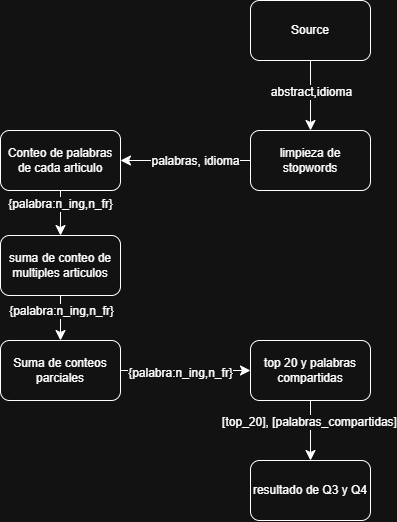
This is diseño/diagramas/DAG_Q3y4.png from LuccaMarino/tp-grupal_Distribuidos, a draw.io export, as it was before one commit. Source tidied: cells renumbered, new cells last; positions are measured from the earlier drawing's top-left corner, leaving out a move shared by most shapes.
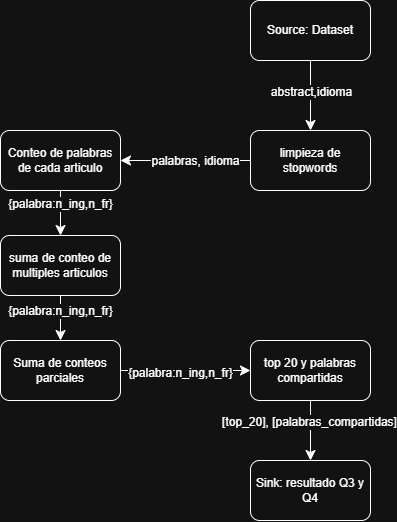
After the commit.

Diff of the diagram source:
```diff
@@ -2,15 +2,15 @@
   <root>
     <mxCell id="0" />
     <mxCell id="1" parent="0" />
-    <mxCell id="2" style="edgeStyle=orthogonalEdgeStyle;curved=1;rounded=0;curveGeometry=1;jettySize=auto;html=1;fontSize=12;startSize=8;endSize=8;" parent="1" edge="1" source="4" target="7">
-      <mxGeometry relative="1" as="geometry" />
-    </mxCell>
+    <mxCell id="21" style="edgeStyle=orthogonalEdgeStyle;curved=1;rounded=0;curveGeometry=1;jettySize=auto;html=1;fontSize=12;startSize=8;endSize=8;" parent="1" edge="1" source="22" target="7">
+      <mxGeometry relative="1" as="geometry" />
+    </mxCell>
-    <mxCell id="3" value="abstract,idioma" style="edgeLabel;html=1;align=center;verticalAlign=middle;fontSize=12;" parent="2" vertex="1">
+    <mxCell id="3" value="abstract,idioma" style="edgeLabel;html=1;align=center;verticalAlign=middle;fontSize=12;" parent="21" vertex="1">
       <mxGeometry x="-0.12" relative="1" as="geometry" />
     </mxCell>
-    <mxCell id="4" value="Source" style="rounded=1;whiteSpace=wrap;html=1;roundedPerimeter=1;" parent="1" vertex="1">
-      <mxGeometry x="250" width="120" height="60" as="geometry" />
-    </mxCell>
+    <mxCell id="22" value="Source: Dataset" style="rounded=1;whiteSpace=wrap;html=1;roundedPerimeter=1;" parent="1" vertex="1">
+      <mxGeometry x="250" width="120" height="60" as="geometry" />
+    </mxCell>
     <mxCell id="5" style="edgeStyle=none;curved=1;rounded=0;curveGeometry=1;jettySize=auto;html=1;fontSize=12;startSize=8;endSize=8;entryX=1;entryY=0.5;entryDx=0;entryDy=0;" parent="1" edge="1" source="7" target="16">
       <mxGeometry relative="1" as="geometry" />
     </mxCell>
@@ -23,43 +23,43 @@
     <mxCell id="8" style="edgeStyle=none;curved=1;rounded=0;curveGeometry=1;jettySize=auto;html=1;entryX=0.5;entryY=0;entryDx=0;entryDy=0;fontSize=12;startSize=8;endSize=8;" parent="1" edge="1" source="10" target="13">
       <mxGeometry relative="1" as="geometry" />
     </mxCell>
-    <mxCell id="9" value="{palabra:n_ing,n_fr}" style="edgeLabel;html=1;align=center;verticalAlign=middle;fontSize=12;" parent="8" vertex="1">
-      <mxGeometry x="-0.46" y="-3" relative="1" as="geometry">
-        <mxPoint x="3" y="3" as="offset" />
-      </mxGeometry>
-    </mxCell>
+    <mxCell id="23" value="{palabra:n_ing,n_fr}" style="edgeLabel;html=1;align=center;verticalAlign=middle;fontSize=12;" parent="8" vertex="1">
+      <mxGeometry x="-0.46" y="-3" relative="1" as="geometry">
+        <mxPoint x="3" y="3" as="offset" />
+      </mxGeometry>
+    </mxCell>
     <mxCell id="10" value="suma de conteo de multiples articulos" style="rounded=1;whiteSpace=wrap;html=1;roundedPerimeter=1;" parent="1" vertex="1">
       <mxGeometry y="235" width="120" height="60" as="geometry" />
     </mxCell>
     <mxCell id="11" style="edgeStyle=none;curved=1;rounded=0;curveGeometry=1;jettySize=auto;html=1;fontSize=12;startSize=8;endSize=8;entryX=0;entryY=0.5;entryDx=0;entryDy=0;" parent="1" edge="1" source="13" target="19">
       <mxGeometry relative="1" as="geometry" />
     </mxCell>
-    <mxCell id="12" value="{palabra:n_ing,n_fr}" style="edgeLabel;html=1;align=center;verticalAlign=middle;fontSize=12;" parent="11" vertex="1">
-      <mxGeometry x="-0.09" y="-2" relative="1" as="geometry" />
-    </mxCell>
+    <mxCell id="24" value="{palabra:n_ing,n_fr}" style="edgeLabel;html=1;align=center;verticalAlign=middle;fontSize=12;" parent="11" vertex="1">
+      <mxGeometry x="-0.09" y="-2" relative="1" as="geometry" />
+    </mxCell>
     <mxCell id="13" value="Suma de conteos parciales" style="rounded=1;whiteSpace=wrap;html=1;roundedPerimeter=1;" parent="1" vertex="1">
       <mxGeometry y="340" width="120" height="60" as="geometry" />
     </mxCell>
     <mxCell id="14" style="edgeStyle=none;curved=1;rounded=0;curveGeometry=1;jettySize=auto;html=1;fontSize=12;startSize=8;endSize=8;" parent="1" edge="1" source="16" target="10">
       <mxGeometry relative="1" as="geometry" />
     </mxCell>
-    <mxCell id="15" value="{palabra:n_ing,n_fr}" style="edgeLabel;html=1;align=center;verticalAlign=middle;fontSize=12;" parent="14" vertex="1">
-      <mxGeometry x="-0.43" y="-1" relative="1" as="geometry" />
-    </mxCell>
+    <mxCell id="25" value="{palabra:n_ing,n_fr}" style="edgeLabel;html=1;align=center;verticalAlign=middle;fontSize=12;" parent="14" vertex="1">
+      <mxGeometry x="-0.43" y="-1" relative="1" as="geometry" />
+    </mxCell>
     <mxCell id="16" value="Conteo de palabras de cada articulo" style="rounded=1;whiteSpace=wrap;html=1;" parent="1" vertex="1">
       <mxGeometry y="130" width="120" height="60" as="geometry" />
     </mxCell>
-    <mxCell id="17" style="edgeStyle=none;curved=1;rounded=0;curveGeometry=1;jettySize=auto;html=1;fontSize=12;startSize=8;endSize=8;" parent="1" edge="1" source="19" target="20">
-      <mxGeometry relative="1" as="geometry" />
-    </mxCell>
+    <mxCell id="26" style="edgeStyle=none;curved=1;rounded=0;curveGeometry=1;jettySize=auto;html=1;fontSize=12;startSize=8;endSize=8;" parent="1" edge="1" source="19" target="27">
+      <mxGeometry relative="1" as="geometry" />
+    </mxCell>
-    <mxCell id="18" value="[top_20], [palabras_compartidas]" style="edgeLabel;html=1;align=center;verticalAlign=middle;fontSize=12;" parent="17" vertex="1">
+    <mxCell id="18" value="[top_20], [palabras_compartidas]" style="edgeLabel;html=1;align=center;verticalAlign=middle;fontSize=12;" parent="26" vertex="1">
       <mxGeometry x="-0.29" y="-2" relative="1" as="geometry" />
     </mxCell>
     <mxCell id="19" value="top 20 y palabras compartidas" style="rounded=1;whiteSpace=wrap;html=1;roundedPerimeter=1;" parent="1" vertex="1">
       <mxGeometry x="250" y="340" width="120" height="60" as="geometry" />
     </mxCell>
-    <mxCell id="20" value="resultado de Q3 y Q4" style="rounded=1;whiteSpace=wrap;html=1;roundedPerimeter=1;" parent="1" vertex="1">
-      <mxGeometry x="250" y="460" width="120" height="60" as="geometry" />
-    </mxCell>
+    <mxCell id="27" value="Sink: resultado Q3 y Q4" style="rounded=1;whiteSpace=wrap;html=1;roundedPerimeter=1;" parent="1" vertex="1">
+      <mxGeometry x="250" y="460" width="120" height="60" as="geometry" />
+    </mxCell>
   </root>
 </mxGraphModel>
```
